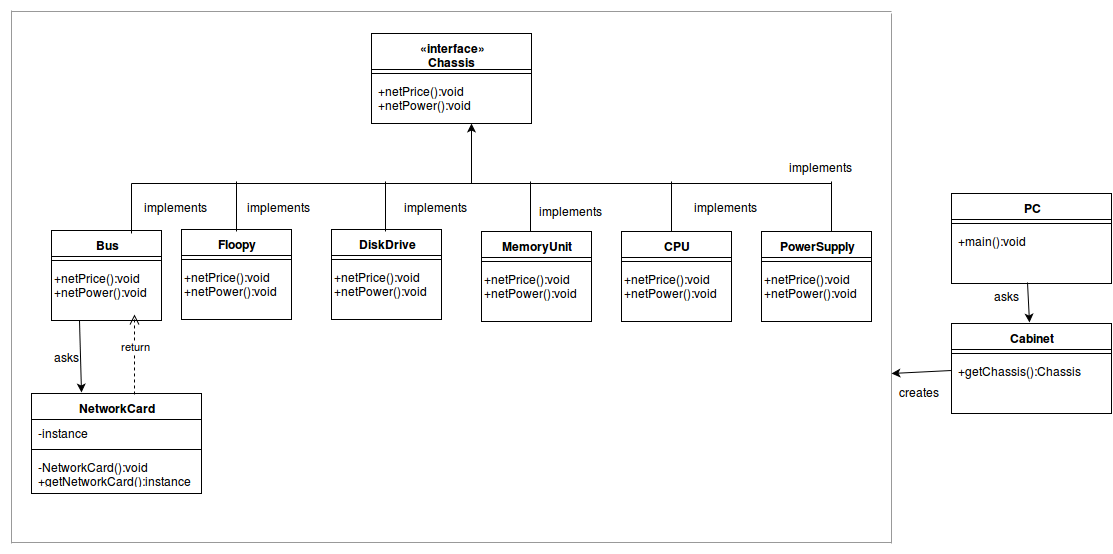
Above: Designpattern/1.b.png in sohailpatel/DesignPatterns (draw.io), before the change. Source tidied: cells renumbered, new cells last; positions are measured from the earlier drawing's top-left corner, leaving out a move shared by most shapes.
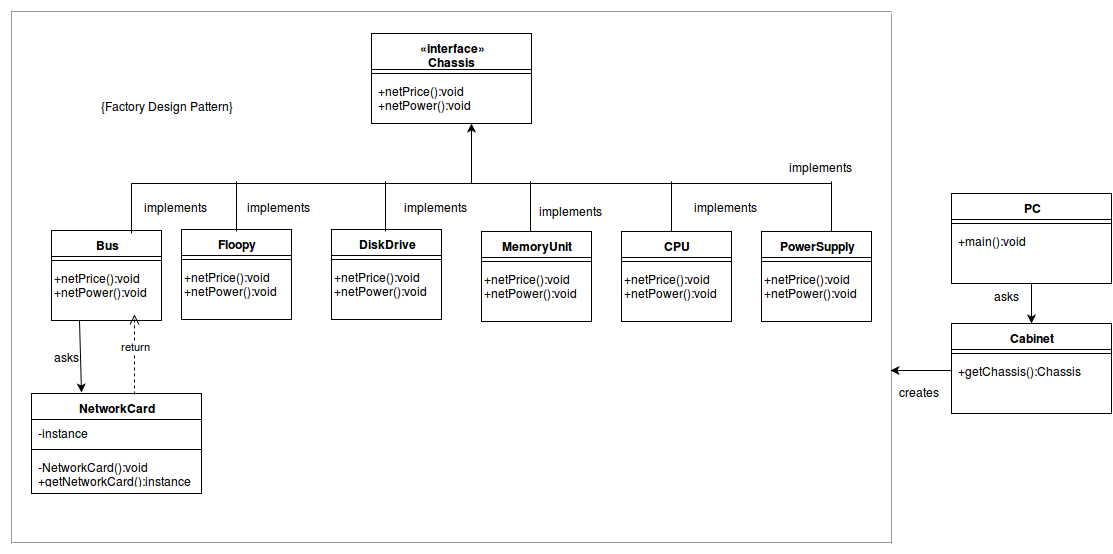
The same diagram one commit later.

Commit message:
Added Design pattern in png file

Change to the diagram source:
```diff
@@ -107,11 +107,8 @@
     <mxCell id="36" value="asks" style="text;html=1;" parent="1" vertex="1">
       <mxGeometry x="990" y="281" width="30" height="30" as="geometry" />
     </mxCell>
-    <mxCell id="37" style="endArrow=classic;html=1;exitX=0.25;exitY=1;" parent="1" edge="1">
-      <mxGeometry relative="1" as="geometry">
-        <mxPoint x="1026" y="281" as="sourcePoint" />
-        <mxPoint x="1028" y="321" as="targetPoint" />
-      </mxGeometry>
+    <mxCell id="37" style="endArrow=classic;html=1;exitX=0.5;exitY=1;entryX=0.5;entryY=0;" parent="1" edge="1" source="2" target="5">
+      <mxGeometry relative="1" as="geometry" />
     </mxCell>
     <mxCell id="38" style="verticalLabelPosition=bottom;shadow=0;dashed=0;align=center;html=1;verticalAlign=top;strokeWidth=1;shape=mxgraph.mockup.markup.line;strokeColor=#999999;direction=north;" parent="1" vertex="1">
       <mxGeometry y="9" width="20" height="533" as="geometry" />
@@ -125,10 +122,8 @@
     <mxCell id="41" style="verticalLabelPosition=bottom;shadow=0;dashed=0;align=center;html=1;verticalAlign=top;strokeWidth=1;shape=mxgraph.mockup.markup.line;strokeColor=#999999;direction=north;" parent="1" vertex="1">
       <mxGeometry x="880" y="12" width="20" height="530" as="geometry" />
     </mxCell>
-    <mxCell id="42" style="endArrow=classic;html=1;exitX=0;exitY=0.5;" parent="1" edge="1" source="7">
-      <mxGeometry relative="1" as="geometry">
-        <mxPoint x="890" y="372" as="targetPoint" />
-      </mxGeometry>
+    <mxCell id="42" style="endArrow=classic;html=1;exitX=0;exitY=0.5;entryX=0.326;entryY=0.45;entryPerimeter=0;" parent="1" edge="1" source="7" target="41">
+      <mxGeometry relative="1" as="geometry" />
     </mxCell>
     <mxCell id="43" value="creates" style="text;html=1;" parent="1" vertex="1">
       <mxGeometry x="895" y="377" width="30" height="30" as="geometry" />
@@ -199,5 +194,8 @@
     <mxCell id="57" value="implements" style="text;html=1;" parent="1" vertex="1">
       <mxGeometry x="785" y="152" width="30" height="30" as="geometry" />
     </mxCell>
+    <mxCell id="58" value="{Factory Design Pattern}" style="text;html=1;strokeColor=none;fillColor=none;align=center;verticalAlign=middle;whiteSpace=wrap;overflow=hidden;" parent="1" vertex="1">
+      <mxGeometry x="60" y="94" width="210" height="20" as="geometry" />
+    </mxCell>
   </root>
 </mxGraphModel>
```
